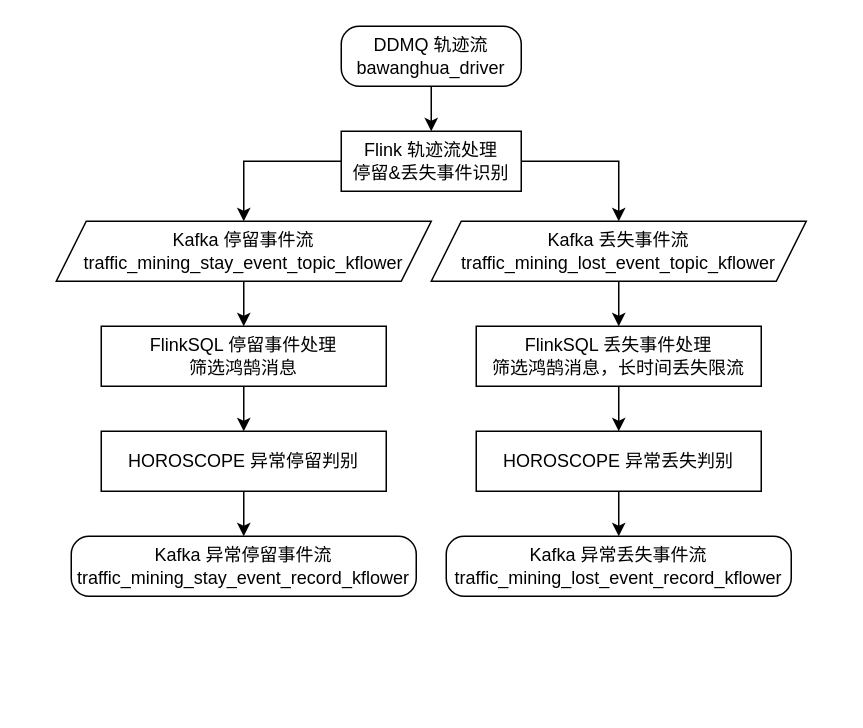
Before: Untitled Diagram.drawio in MaverickZwt/hangzhou_house_knowledge, a draw.io diagram. Source tidied: cells renumbered, new cells numbered last; positions are measured from the earlier drawing's top-left corner, leaving out a move shared by most shapes. Both pictures are drawn from the tidied source at 150%, with x=0, y=0 at pixel (56, 26).
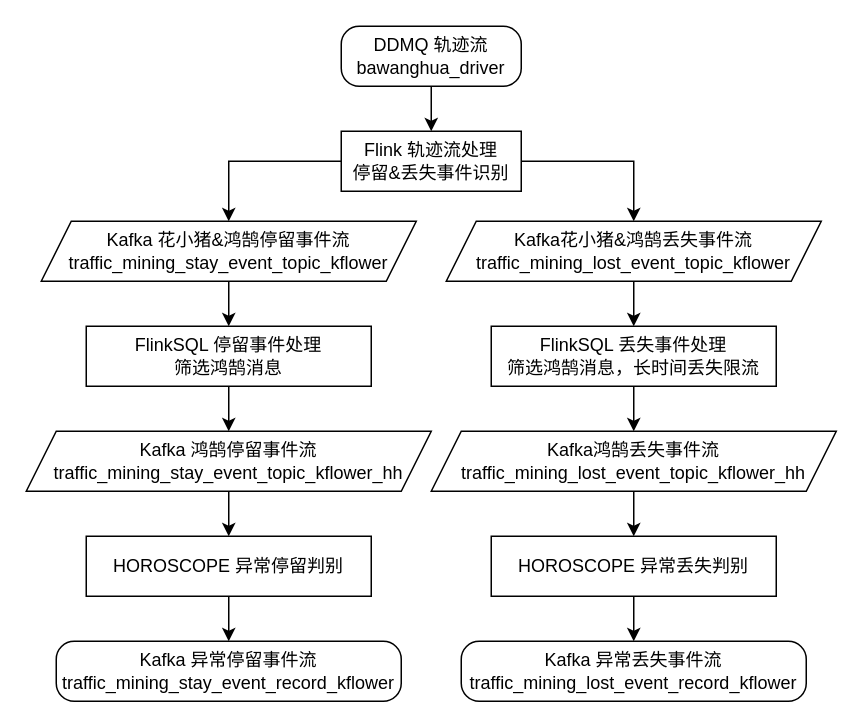
Above is the later version.

Commit message (it also covers changes not shown here):
honghu stay&lost

What changed in the source:
```diff
@@
-    <mxCell id="8" value="Kafka 停留事件流&lt;br&gt;traffic_mining_stay_event_topic_kflower" style="shape=parallelogram;perimeter=parallelogramPerimeter;whiteSpace=wrap;html=1;fixedSize=1;" parent="1" vertex="1">
-      <mxGeometry y="130" width="250" height="40" as="geometry" />
+    <mxCell id="8" value="Kafka 花小猪&amp;amp;鸿鹄停留事件流&lt;br&gt;traffic_mining_stay_event_topic_kflower" style="shape=parallelogram;perimeter=parallelogramPerimeter;whiteSpace=wrap;html=1;fixedSize=1;" parent="1" vertex="1">
+      <mxGeometry x="-10" y="130" width="250" height="40" as="geometry" />
     </mxCell>
@@
-    <mxCell id="10" value="Kafka 丢失事件流&lt;br&gt;traffic_mining_lost_event_topic_kflower" style="shape=parallelogram;perimeter=parallelogramPerimeter;whiteSpace=wrap;html=1;fixedSize=1;" parent="1" vertex="1">
-      <mxGeometry x="250" y="130" width="250" height="40" as="geometry" />
+    <mxCell id="10" value="Kafka花小猪&amp;amp;鸿鹄丢失事件流&lt;br&gt;traffic_mining_lost_event_topic_kflower" style="shape=parallelogram;perimeter=parallelogramPerimeter;whiteSpace=wrap;html=1;fixedSize=1;" parent="1" vertex="1">
+      <mxGeometry x="260" y="130" width="250" height="40" as="geometry" />
     </mxCell>
-    <mxCell id="11" style="edgeStyle=orthogonalEdgeStyle;rounded=0;jettySize=auto;html=1;entryX=0.5;entryY=0;entryDx=0;entryDy=0;" parent="1" edge="1" source="12" target="16">
-      <mxGeometry relative="1" as="geometry" />
-    </mxCell>
+    <mxCell id="21" style="edgeStyle=orthogonalEdgeStyle;rounded=0;jettySize=auto;html=1;entryX=0.5;entryY=0;entryDx=0;entryDy=0;" parent="1" edge="1" source="12" target="24">
+      <mxGeometry relative="1" as="geometry" />
+    </mxCell>
     <mxCell id="12" value="FlinkSQL 停留事件处理&lt;br&gt;筛选鸿鹄消息" style="rounded=0;whiteSpace=wrap;html=1;" parent="1" vertex="1">
-      <mxGeometry x="30" y="200" width="190" height="40" as="geometry" />
+      <mxGeometry x="20" y="200" width="190" height="40" as="geometry" />
     </mxCell>
-    <mxCell id="13" style="edgeStyle=orthogonalEdgeStyle;rounded=0;jettySize=auto;html=1;entryX=0.5;entryY=0;entryDx=0;entryDy=0;" parent="1" edge="1" source="14" target="18">
-      <mxGeometry relative="1" as="geometry" />
-    </mxCell>
+    <mxCell id="22" style="edgeStyle=orthogonalEdgeStyle;rounded=0;jettySize=auto;html=1;entryX=0.5;entryY=0;entryDx=0;entryDy=0;" parent="1" edge="1" source="14" target="26">
+      <mxGeometry relative="1" as="geometry" />
+    </mxCell>
     <mxCell id="14" value="FlinkSQL 丢失事件处理&lt;br&gt;筛选鸿鹄消息，长时间丢失限流" style="rounded=0;whiteSpace=wrap;html=1;" parent="1" vertex="1">
-      <mxGeometry x="280" y="200" width="190" height="40" as="geometry" />
+      <mxGeometry x="290" y="200" width="190" height="40" as="geometry" />
     </mxCell>
@@
     <mxCell id="16" value="HOROSCOPE 异常停留判别" style="rounded=0;whiteSpace=wrap;html=1;" parent="1" vertex="1">
-      <mxGeometry x="30" y="270" width="190" height="40" as="geometry" />
+      <mxGeometry x="20" y="340" width="190" height="40" as="geometry" />
     </mxCell>
@@
     <mxCell id="18" value="HOROSCOPE 异常丢失判别" style="rounded=0;whiteSpace=wrap;html=1;" parent="1" vertex="1">
-      <mxGeometry x="280" y="270" width="190" height="40" as="geometry" />
+      <mxGeometry x="290" y="340" width="190" height="40" as="geometry" />
     </mxCell>
     <mxCell id="19" value="Kafka 异常停留事件流&lt;br&gt;traffic_mining_stay_event_record_kflower" style="rounded=1;whiteSpace=wrap;html=1;arcSize=30;" parent="1" vertex="1">
-      <mxGeometry x="10" y="340" width="230" height="40" as="geometry" />
+      <mxGeometry y="410" width="230" height="40" as="geometry" />
     </mxCell>
     <mxCell id="20" value="Kafka 异常丢失事件流&lt;br&gt;traffic_mining_lost_event_record_kflower" style="rounded=1;whiteSpace=wrap;html=1;arcSize=30;" parent="1" vertex="1">
-      <mxGeometry x="260" y="340" width="230" height="40" as="geometry" />
+      <mxGeometry x="270" y="410" width="230" height="40" as="geometry" />
     </mxCell>
+    <mxCell id="23" style="edgeStyle=orthogonalEdgeStyle;rounded=0;jettySize=auto;html=1;entryX=0.5;entryY=0;entryDx=0;entryDy=0;" parent="1" edge="1" source="24" target="16">
+      <mxGeometry relative="1" as="geometry" />
+    </mxCell>
+    <mxCell id="24" value="Kafka 鸿鹄停留事件流&lt;br&gt;traffic_mining_stay_event_topic_kflower_hh" style="shape=parallelogram;perimeter=parallelogramPerimeter;whiteSpace=wrap;html=1;fixedSize=1;" parent="1" vertex="1">
+      <mxGeometry x="-20" y="270" width="270" height="40" as="geometry" />
+    </mxCell>
+    <mxCell id="25" style="edgeStyle=orthogonalEdgeStyle;rounded=0;jettySize=auto;html=1;entryX=0.5;entryY=0;entryDx=0;entryDy=0;" parent="1" edge="1" source="26" target="18">
+      <mxGeometry relative="1" as="geometry" />
+    </mxCell>
+    <mxCell id="26" value="Kafka鸿鹄丢失事件流&lt;br&gt;traffic_mining_lost_event_topic_kflower_hh" style="shape=parallelogram;perimeter=parallelogramPerimeter;whiteSpace=wrap;html=1;fixedSize=1;" parent="1" vertex="1">
+      <mxGeometry x="250" y="270" width="270" height="40" as="geometry" />
+    </mxCell>
```
